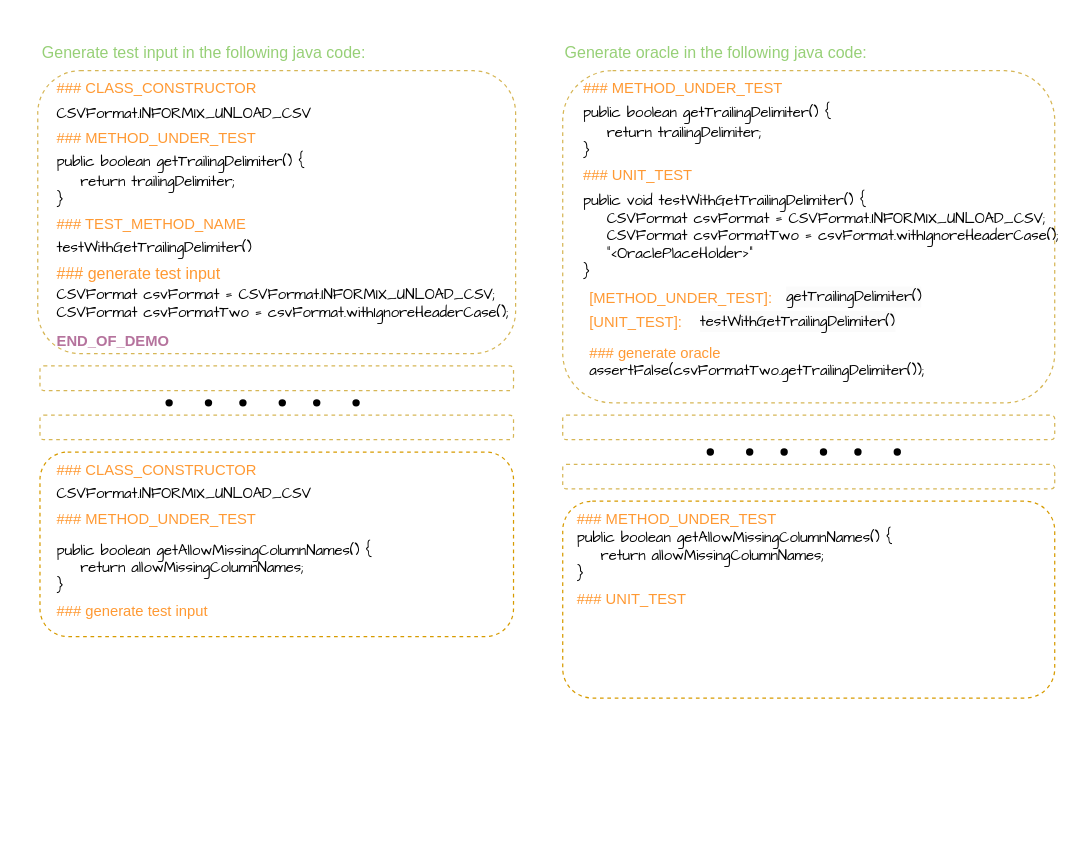
XiaoyaWang-gh/threeStepTestCaseGen keeps this draw.io diagram as CUTE_figures/test oracle prompt template.drawio. Above is the earlier version. Source tidied: cells renumbered, new cells numbered last; positions are measured from the earlier drawing's top-left corner, leaving out a move shared by most shapes. Both pictures are drawn from the tidied source at 123%, with x=0, y=0 at pixel (21, 21).
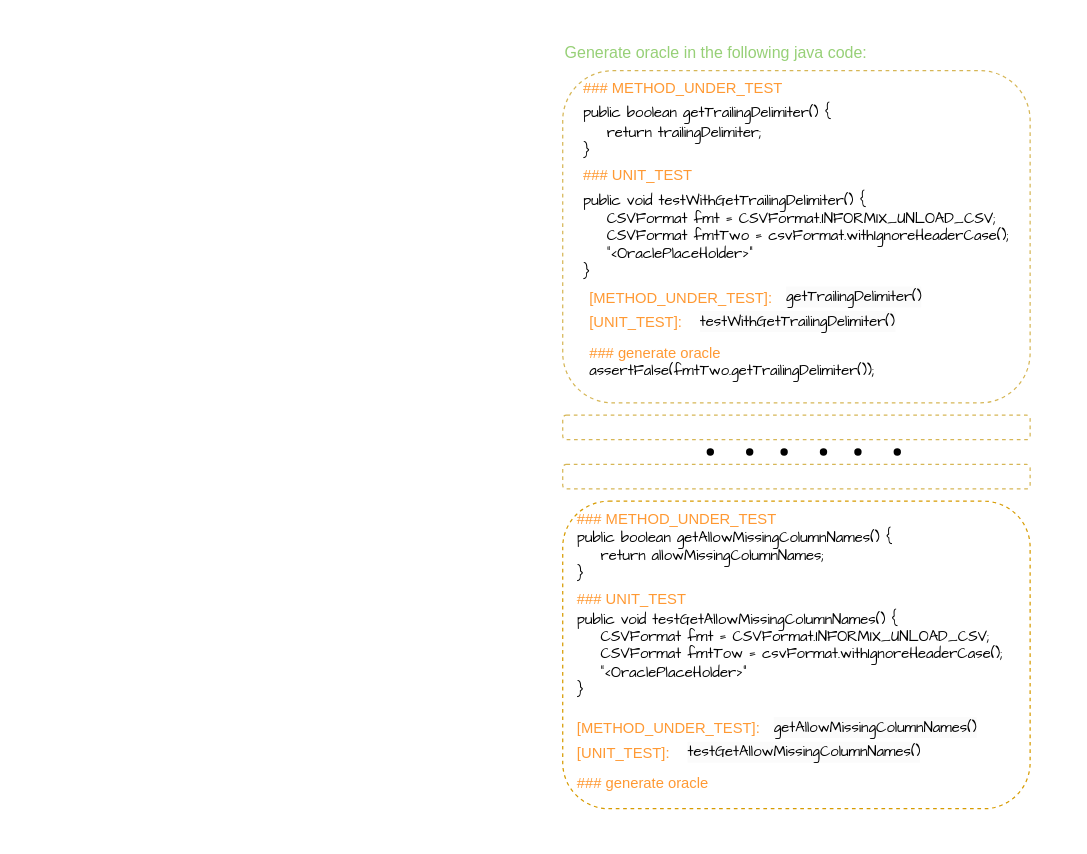
The same page after the edit.

What changed in the source:
```diff
@@
-    <mxCell id="2" style="rounded=0;whiteSpace=wrap;html=1;strokeColor=none;" parent="1" vertex="1">
-      <mxGeometry width="410" height="520" as="geometry" />
-    </mxCell>
-    <mxCell id="3" value="### CLASS_CONSTRUCTOR" style="text;html=1;strokeColor=none;fillColor=none;align=left;verticalAlign=middle;whiteSpace=wrap;rounded=0;fontColor=#FF9933;" parent="1" vertex="1">
-      <mxGeometry x="27" y="40" width="190" height="30" as="geometry" />
-    </mxCell>
-    <mxCell id="4" value="### generate test input" style="text;html=1;strokeColor=none;fillColor=none;align=left;verticalAlign=middle;whiteSpace=wrap;rounded=0;fontColor=#FF9933;fontSize=13;" parent="1" vertex="1">
-      <mxGeometry x="27" y="190" width="170" height="30" as="geometry" />
-    </mxCell>
-    <mxCell id="5" value="### TEST_METHOD_NAME" style="text;html=1;strokeColor=none;fillColor=none;align=left;verticalAlign=middle;whiteSpace=wrap;rounded=0;fontColor=#FF9933;" parent="1" vertex="1">
-      <mxGeometry x="27" y="150" width="160" height="30" as="geometry" />
-    </mxCell>
-    <mxCell id="6" value="### METHOD_UNDER_TEST" style="text;html=1;strokeColor=none;fillColor=none;align=left;verticalAlign=middle;whiteSpace=wrap;rounded=0;fontColor=#FF9933;" parent="1" vertex="1">
-      <mxGeometry x="27" y="80" width="170" height="30" as="geometry" />
-    </mxCell>
-    <mxCell id="7" value="END_OF_DEMO" style="text;html=1;strokeColor=none;fillColor=none;align=left;verticalAlign=middle;whiteSpace=wrap;rounded=0;fontColor=#B5739D;fontStyle=1;" parent="1" vertex="1">
-      <mxGeometry x="27" y="245" width="150" height="30" as="geometry" />
-    </mxCell>
-    <mxCell id="8" value="&lt;div&gt;&lt;font face=&quot;Comic Sans MS&quot;&gt;public boolean getTrailingDelimiter() {&lt;/font&gt;&lt;/div&gt;&lt;div&gt;&lt;font face=&quot;Comic Sans MS&quot;&gt;&amp;nbsp; &amp;nbsp; return trailingDelimiter;&lt;/font&gt;&lt;/div&gt;&lt;div&gt;&lt;font face=&quot;Comic Sans MS&quot;&gt;}&lt;/font&gt;&lt;/div&gt;" style="text;html=1;strokeColor=none;fillColor=none;align=left;verticalAlign=middle;whiteSpace=wrap;rounded=0;" parent="1" vertex="1">
-      <mxGeometry x="27" y="100" width="223" height="60" as="geometry" />
-    </mxCell>
-    <mxCell id="9" value="&lt;font face=&quot;Comic Sans MS&quot;&gt;CSVFormat.INFORMIX_UNLOAD_CSV&lt;/font&gt;" style="text;html=1;strokeColor=none;fillColor=none;align=left;verticalAlign=middle;whiteSpace=wrap;rounded=0;" parent="1" vertex="1">
-      <mxGeometry x="27" y="60" width="233" height="30" as="geometry" />
-    </mxCell>
-    <mxCell id="10" value="testWithGetTrailingDelimiter()" style="text;html=1;strokeColor=none;fillColor=none;align=left;verticalAlign=middle;whiteSpace=wrap;rounded=0;fontFamily=Comic Sans MS;" parent="1" vertex="1">
-      <mxGeometry x="27" y="170" width="200" height="30" as="geometry" />
-    </mxCell>
-    <mxCell id="11" style="rounded=1;whiteSpace=wrap;html=1;dashed=1;fillColor=none;glass=0;strokeColor=#d6b656;labelBackgroundColor=#FFF2CC;fillStyle=solid;" parent="1" vertex="1">
-      <mxGeometry x="13.2" y="40" width="388.5" height="230" as="geometry" />
-    </mxCell>
-    <mxCell id="12" value="&lt;div&gt;CSVFormat csvFormat = CSVFormat.INFORMIX_UNLOAD_CSV;&lt;/div&gt;&lt;div&gt;CSVFormat csvFormatTwo = csvFormat.withIgnoreHeaderCase();&lt;/div&gt;" style="text;html=1;strokeColor=none;fillColor=none;align=left;verticalAlign=middle;whiteSpace=wrap;rounded=0;fontFamily=Comic Sans MS;" parent="1" vertex="1">
-      <mxGeometry x="27" y="210" width="383" height="40" as="geometry" />
-    </mxCell>
-    <mxCell id="13" style="rounded=1;whiteSpace=wrap;html=1;dashed=1;fillColor=none;glass=0;strokeColor=#d6b656;" parent="1" vertex="1">
-      <mxGeometry x="15" y="280" width="385" height="20" as="geometry" />
-    </mxCell>
-    <mxCell id="14" style="rounded=1;whiteSpace=wrap;html=1;dashed=1;fillColor=none;glass=0;strokeColor=#d6b656;" parent="1" vertex="1">
-      <mxGeometry x="15" y="320" width="385" height="20" as="geometry" />
-    </mxCell>
-    <mxCell id="15" style="group;" parent="1" vertex="1">
-      <mxGeometry x="110" y="300" width="172" height="20" as="geometry" />
-    </mxCell>
-    <mxCell id="16" style="group;" parent="15" vertex="1">
-      <mxGeometry width="52" height="20" as="geometry" />
-    </mxCell>
-    <mxCell id="17" style="shape=waypoint;sketch=0;fillStyle=solid;size=6;fillColor=none;perimeter=centerPerimeter;" parent="16" vertex="1">
-      <mxGeometry width="20" height="20" as="geometry" />
-    </mxCell>
-    <mxCell id="18" style="shape=waypoint;sketch=0;fillStyle=solid;size=6;fillColor=none;perimeter=centerPerimeter;" parent="16" vertex="1">
-      <mxGeometry x="32" width="20" height="20" as="geometry" />
-    </mxCell>
-    <mxCell id="19" style="group;" parent="15" vertex="1">
-      <mxGeometry x="60" width="52" height="20" as="geometry" />
-    </mxCell>
-    <mxCell id="20" style="shape=waypoint;sketch=0;fillStyle=solid;size=6;fillColor=none;perimeter=centerPerimeter;" parent="19" vertex="1">
-      <mxGeometry width="20" height="20" as="geometry" />
-    </mxCell>
-    <mxCell id="21" style="shape=waypoint;sketch=0;fillStyle=solid;size=6;fillColor=none;perimeter=centerPerimeter;" parent="19" vertex="1">
-      <mxGeometry x="32" width="20" height="20" as="geometry" />
-    </mxCell>
-    <mxCell id="22" style="group;" parent="15" vertex="1">
-      <mxGeometry x="120" width="52" height="20" as="geometry" />
-    </mxCell>
-    <mxCell id="23" style="shape=waypoint;sketch=0;fillStyle=solid;size=6;fillColor=none;perimeter=centerPerimeter;" parent="22" vertex="1">
-      <mxGeometry width="20" height="20" as="geometry" />
-    </mxCell>
-    <mxCell id="24" style="shape=waypoint;sketch=0;fillStyle=solid;size=6;fillColor=none;perimeter=centerPerimeter;" parent="22" vertex="1">
-      <mxGeometry x="32" width="20" height="20" as="geometry" />
-    </mxCell>
-    <mxCell id="25" style="rounded=1;whiteSpace=wrap;html=1;dashed=1;fillColor=none;glass=0;strokeColor=#d79b00;" parent="1" vertex="1">
-      <mxGeometry x="15" y="350" width="385" height="150" as="geometry" />
-    </mxCell>
-    <mxCell id="26" value="### CLASS_CONSTRUCTOR" style="text;html=1;strokeColor=none;fillColor=none;align=left;verticalAlign=middle;whiteSpace=wrap;rounded=0;fontColor=#FF9933;" parent="1" vertex="1">
-      <mxGeometry x="27" y="350" width="190" height="30" as="geometry" />
-    </mxCell>
-    <mxCell id="27" value="CSVFormat.INFORMIX_UNLOAD_CSV" style="text;html=1;strokeColor=none;fillColor=none;align=left;verticalAlign=middle;whiteSpace=wrap;rounded=0;fontFamily=Comic Sans MS;" parent="1" vertex="1">
-      <mxGeometry x="27" y="370" width="233" height="30" as="geometry" />
-    </mxCell>
-    <mxCell id="28" value="### METHOD_UNDER_TEST" style="text;html=1;strokeColor=none;fillColor=none;align=left;verticalAlign=middle;whiteSpace=wrap;rounded=0;fontColor=#FF9933;" parent="1" vertex="1">
-      <mxGeometry x="27" y="390" width="170" height="30" as="geometry" />
-    </mxCell>
-    <mxCell id="29" value="&lt;div&gt;public boolean getAllowMissingColumnNames() {&lt;/div&gt;&lt;div&gt;&amp;nbsp; &amp;nbsp; return allowMissingColumnNames;&lt;/div&gt;&lt;div&gt;}&lt;/div&gt;" style="text;html=1;strokeColor=none;fillColor=none;align=left;verticalAlign=middle;whiteSpace=wrap;rounded=0;fontFamily=Comic Sans MS;" parent="1" vertex="1">
-      <mxGeometry x="27" y="420" width="283" height="50" as="geometry" />
-    </mxCell>
-    <mxCell id="30" value="### generate test input" style="text;html=1;strokeColor=none;fillColor=none;align=left;verticalAlign=middle;whiteSpace=wrap;rounded=0;fontColor=#FF9933;" parent="1" vertex="1">
-      <mxGeometry x="27" y="465" width="170" height="30" as="geometry" />
-    </mxCell>
-    <mxCell id="31" value="Generate test input in the following java code:" style="text;html=1;strokeColor=none;fillColor=none;align=left;verticalAlign=middle;whiteSpace=wrap;rounded=0;fontColor=#97D077;fontSize=13;" parent="1" vertex="1">
-      <mxGeometry x="15" y="10" width="280" height="30" as="geometry" />
-    </mxCell>
     <mxCell id="32" style="rounded=0;whiteSpace=wrap;html=1;strokeColor=none;" parent="1" vertex="1">
-      <mxGeometry x="430" y="10" width="420" height="560" as="geometry" />
+      <mxGeometry x="430" y="10" width="400" height="650" as="geometry" />
     </mxCell>
@@
     <mxCell id="34" style="rounded=1;whiteSpace=wrap;html=1;dashed=1;fillColor=none;glass=0;strokeColor=#d6b656;labelBackgroundColor=#FFF2CC;fillStyle=solid;" parent="1" vertex="1">
-      <mxGeometry x="440" y="40" width="400" height="270" as="geometry" />
+      <mxGeometry x="440" y="40" width="380" height="270" as="geometry" />
     </mxCell>
@@
-    <mxCell id="41" value="&lt;div&gt;public void testWithGetTrailingDelimiter() {&lt;/div&gt;&lt;div&gt;&amp;nbsp; &amp;nbsp; CSVFormat csvFormat = CSVFormat.INFORMIX_UNLOAD_CSV;&lt;/div&gt;&lt;div&gt;&amp;nbsp; &amp;nbsp; CSVFormat csvFormatTwo = csvFormat.withIgnoreHeaderCase();&lt;/div&gt;&lt;div&gt;&amp;nbsp; &amp;nbsp; &quot;&amp;lt;OraclePlaceHolder&amp;gt;&quot;&lt;/div&gt;&lt;div style=&quot;&quot;&gt;}&lt;/div&gt;" style="text;html=1;strokeColor=none;fillColor=none;align=left;verticalAlign=middle;whiteSpace=wrap;rounded=0;fontFamily=Comic Sans MS;" parent="1" vertex="1">
+    <mxCell id="41" value="&lt;div&gt;public void testWithGetTrailingDelimiter() {&lt;/div&gt;&lt;div&gt;&amp;nbsp; &amp;nbsp; CSVFormat fmt = CSVFormat.INFORMIX_UNLOAD_CSV;&lt;/div&gt;&lt;div&gt;&amp;nbsp; &amp;nbsp; CSVFormat fmtTwo = csvFormat.withIgnoreHeaderCase();&lt;/div&gt;&lt;div&gt;&amp;nbsp; &amp;nbsp; &quot;&amp;lt;OraclePlaceHolder&amp;gt;&quot;&lt;/div&gt;&lt;div style=&quot;&quot;&gt;}&lt;/div&gt;" style="text;html=1;strokeColor=none;fillColor=none;align=left;verticalAlign=middle;whiteSpace=wrap;rounded=0;fontFamily=Comic Sans MS;" parent="1" vertex="1">
       <mxGeometry x="455" y="140" width="390" height="70" as="geometry" />
     </mxCell>
-    <mxCell id="42" value="assertFalse(csvFormatTwo.getTrailingDelimiter());" style="text;html=1;strokeColor=none;fillColor=none;align=left;verticalAlign=middle;whiteSpace=wrap;rounded=0;fontFamily=Comic Sans MS;" parent="1" vertex="1">
+    <mxCell id="42" value="assertFalse(fmtTwo.getTrailingDelimiter());" style="text;html=1;strokeColor=none;fillColor=none;align=left;verticalAlign=middle;whiteSpace=wrap;rounded=0;fontFamily=Comic Sans MS;" parent="1" vertex="1">
       <mxGeometry x="460" y="270" width="280" height="30" as="geometry" />
     </mxCell>
     <mxCell id="43" style="rounded=1;whiteSpace=wrap;html=1;dashed=1;fillColor=none;glass=0;strokeColor=#d6b656;" parent="1" vertex="1">
-      <mxGeometry x="440" y="320" width="400" height="20" as="geometry" />
+      <mxGeometry x="440" y="320" width="380" height="20" as="geometry" />
     </mxCell>
     <mxCell id="44" style="rounded=1;whiteSpace=wrap;html=1;dashed=1;fillColor=none;glass=0;strokeColor=#d6b656;" parent="1" vertex="1">
-      <mxGeometry x="440" y="360" width="400" height="20" as="geometry" />
+      <mxGeometry x="440" y="360" width="380" height="20" as="geometry" />
     </mxCell>
@@
     <mxCell id="55" style="rounded=1;whiteSpace=wrap;html=1;dashed=1;fillColor=none;glass=0;strokeColor=#d79b00;" parent="1" vertex="1">
-      <mxGeometry x="440" y="390" width="400" height="160" as="geometry" />
+      <mxGeometry x="440" y="390" width="380" height="250" as="geometry" />
     </mxCell>
@@
+    <mxCell id="61" value="&lt;div&gt;public void&amp;nbsp;testGetAllowMissingColumnNames&lt;span style=&quot;background-color: initial;&quot;&gt;() {&lt;/span&gt;&lt;br&gt;&lt;/div&gt;&lt;div&gt;&amp;nbsp; &amp;nbsp; CSVFormat fmt = CSVFormat.INFORMIX_UNLOAD_CSV;&lt;/div&gt;&lt;div&gt;&amp;nbsp; &amp;nbsp; CSVFormat fmtTow = csvFormat.withIgnoreHeaderCase();&lt;/div&gt;&lt;div&gt;&amp;nbsp; &amp;nbsp; &quot;&amp;lt;OraclePlaceHolder&amp;gt;&quot;&lt;/div&gt;&lt;div style=&quot;&quot;&gt;}&lt;/div&gt;" style="text;html=1;strokeColor=none;fillColor=none;align=left;verticalAlign=middle;whiteSpace=wrap;rounded=0;fontFamily=Comic Sans MS;" parent="1" vertex="1">
+      <mxGeometry x="450" y="480" width="390" height="70" as="geometry" />
+    </mxCell>
+    <mxCell id="62" value="[METHOD_UNDER_TEST]:" style="text;html=1;strokeColor=none;fillColor=none;align=left;verticalAlign=middle;whiteSpace=wrap;rounded=0;fontColor=#FF9933;" parent="1" vertex="1">
+      <mxGeometry x="450" y="560" width="160" height="30" as="geometry" />
+    </mxCell>
+    <mxCell id="63" value="[UNIT_TEST]:" style="text;html=1;strokeColor=none;fillColor=none;align=left;verticalAlign=middle;whiteSpace=wrap;rounded=0;fontColor=#FF9933;" parent="1" vertex="1">
+      <mxGeometry x="450" y="580" width="80" height="30" as="geometry" />
+    </mxCell>
+    <mxCell id="64" value="### generate oracle" style="text;html=1;strokeColor=none;fillColor=none;align=left;verticalAlign=middle;whiteSpace=wrap;rounded=0;fontColor=#FF9933;" parent="1" vertex="1">
+      <mxGeometry x="450" y="605" width="170" height="30" as="geometry" />
+    </mxCell>
+    <mxCell id="65" value="&lt;span style=&quot;color: rgb(0, 0, 0); font-family: &amp;quot;Comic Sans MS&amp;quot;; font-size: 12px; font-style: normal; font-variant-ligatures: normal; font-variant-caps: normal; font-weight: 400; letter-spacing: normal; orphans: 2; text-align: left; text-indent: 0px; text-transform: none; widows: 2; word-spacing: 0px; -webkit-text-stroke-width: 0px; background-color: rgb(251, 251, 251); text-decoration-thickness: initial; text-decoration-style: initial; text-decoration-color: initial; float: none; display: inline !important;&quot;&gt;getAllowMissingColumnNames()&lt;/span&gt;" style="text;whiteSpace=wrap;html=1;" parent="1" vertex="1">
+      <mxGeometry x="610" y="560" width="180" height="20" as="geometry" />
+    </mxCell>
+    <mxCell id="66" value="&lt;span style=&quot;color: rgb(0, 0, 0); font-family: &amp;quot;Comic Sans MS&amp;quot;; font-size: 12px; font-style: normal; font-variant-ligatures: normal; font-variant-caps: normal; font-weight: 400; letter-spacing: normal; orphans: 2; text-align: left; text-indent: 0px; text-transform: none; widows: 2; word-spacing: 0px; -webkit-text-stroke-width: 0px; background-color: rgb(251, 251, 251); text-decoration-thickness: initial; text-decoration-style: initial; text-decoration-color: initial; float: none; display: inline !important;&quot;&gt;testGetAllowMissingColumnNames()&lt;/span&gt;" style="text;whiteSpace=wrap;html=1;" parent="1" vertex="1">
+      <mxGeometry x="540" y="580" width="220" height="30" as="geometry" />
+    </mxCell>
```
